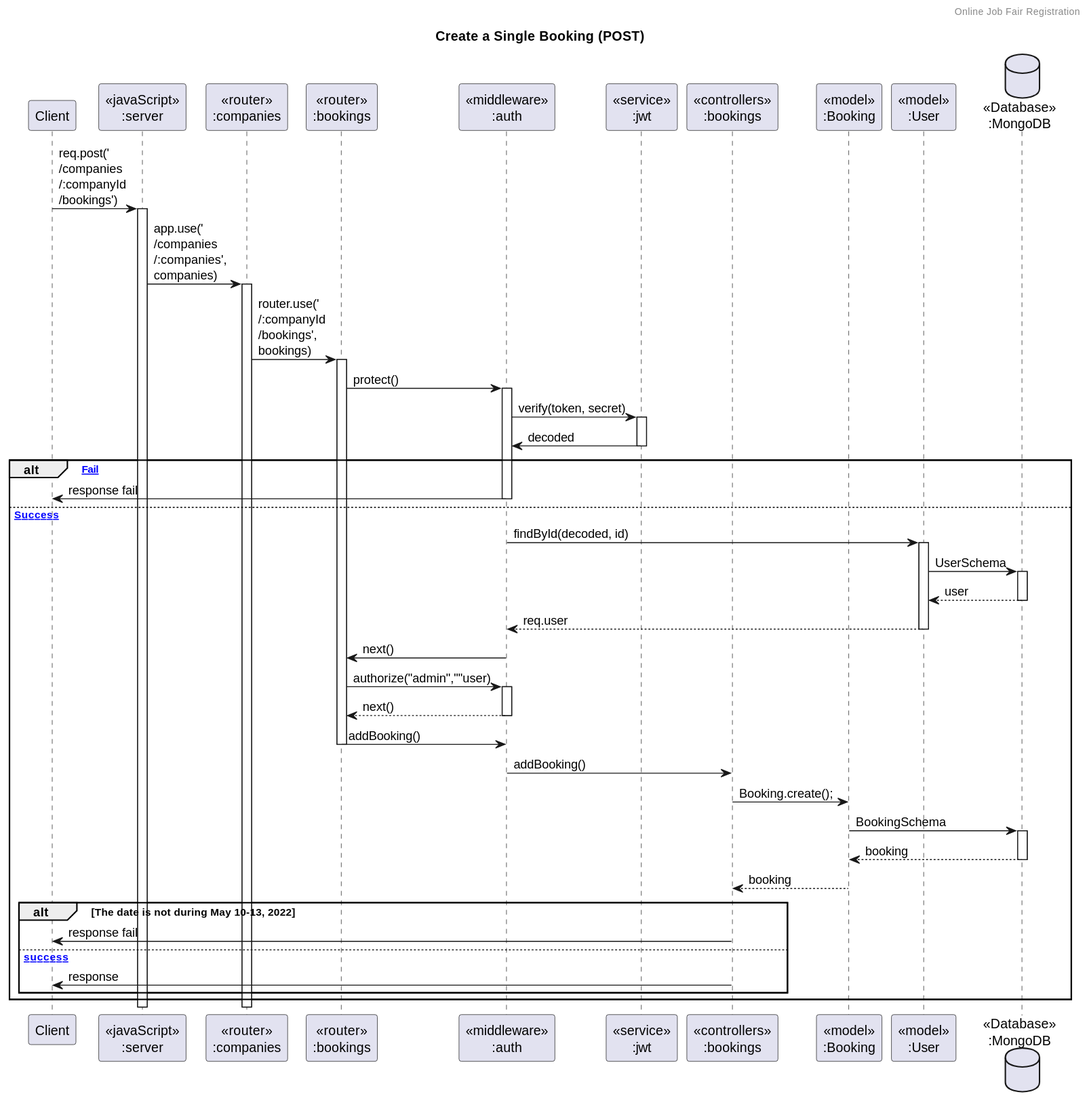
Earlier version of the PlantUML export assets/UML/SequenceDiagram/Booking/Manage Booking (POST).svg (Bhuribhat/Online-Job-Fair-Registration).
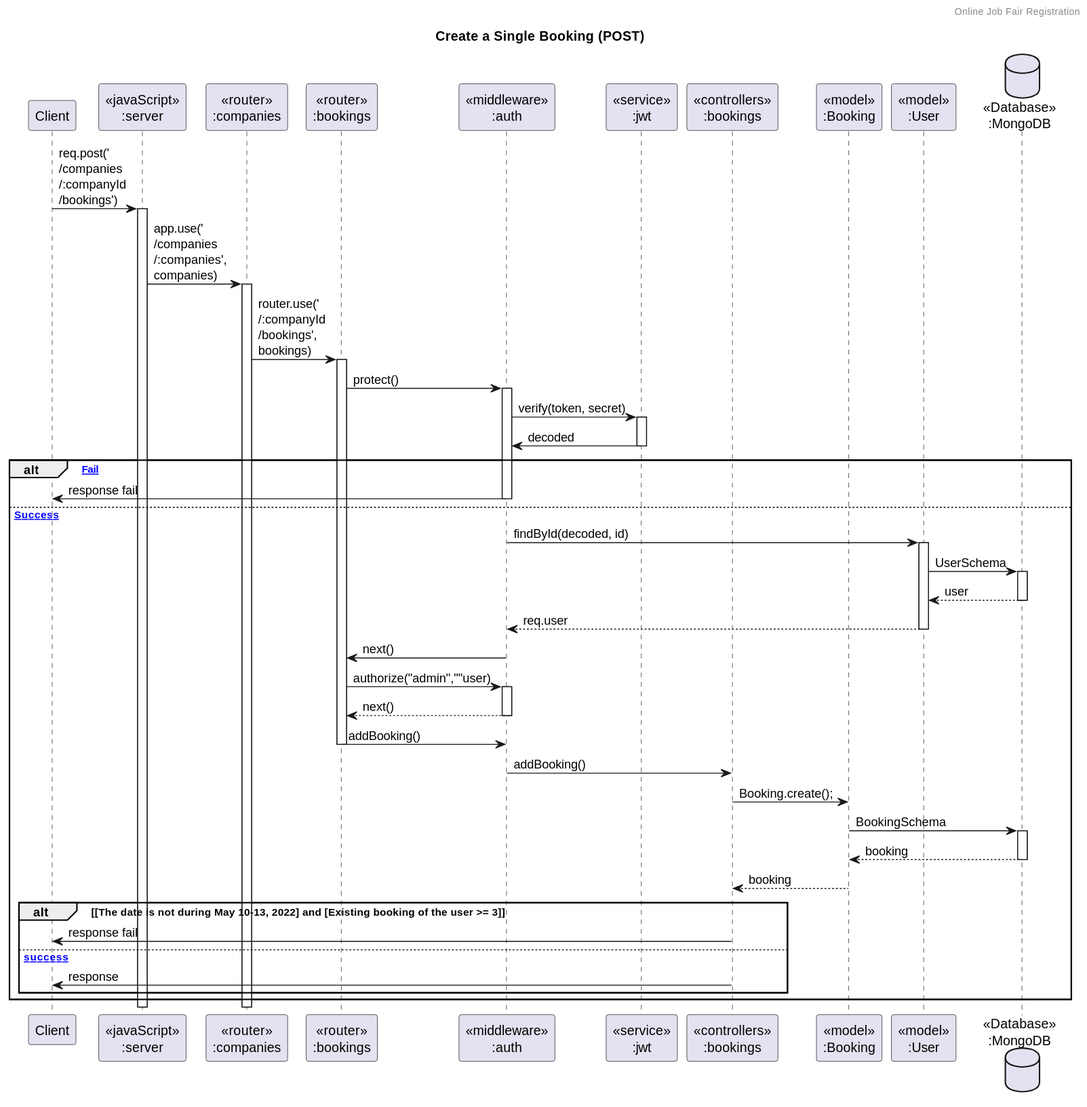
After the commit.

Commit message:
update: Create booking diagram

Change to the diagram source:
```diff
@@ -39,7 +39,7 @@
     DatabaseSchema --> modelBooking --: booking
     controllersBookings <-- modelBooking :booking
 
-    alt The date is not during May 10-13, 2022
+    alt [The date is not during May 10-13, 2022] and [Existing booking of the user >= 3]
         controllersBookings->client --:response fail
     else [success]
         controllersBookings->client --:response
```
